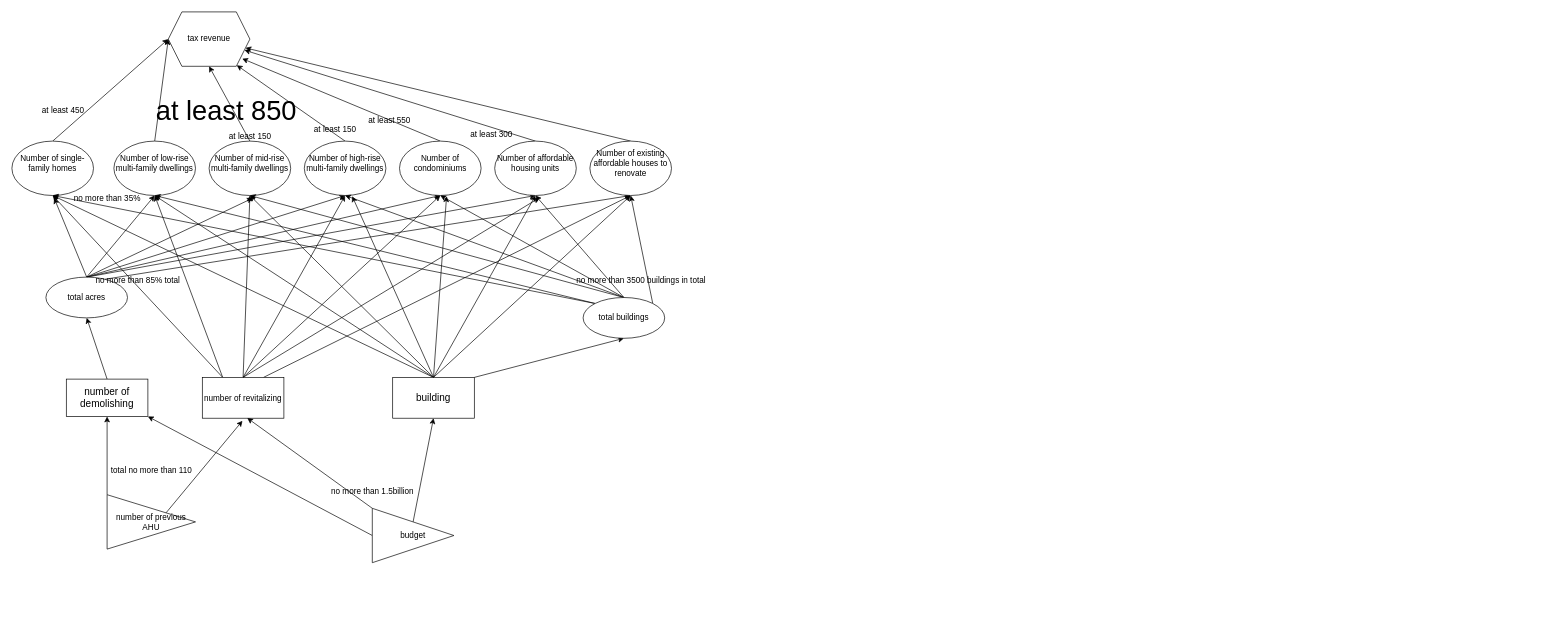
This is influence chart.drawio from CaptainCCCP/Draw-io-cloud, a draw.io file, before an edit. Source tidied: cells renumbered, new cells numbered last; positions are measured from the earlier drawing's top-left corner, leaving out a move shared by most shapes. Both pictures are drawn from the tidied source at 68%, with x=0, y=0 at pixel (12, 12).
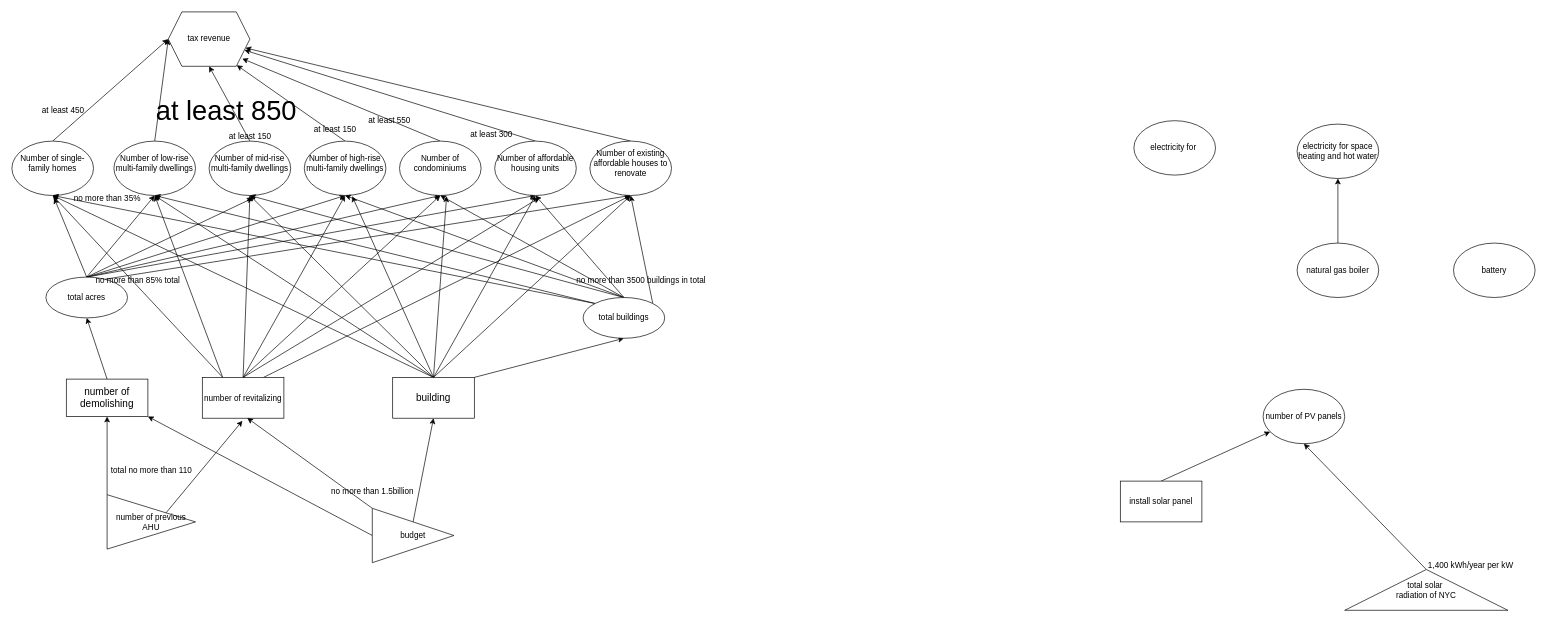
After the change.

What changed in the source:
```diff
@@
+    <mxCell id="70" value="number of PV panels" style="ellipse;whiteSpace=wrap;html=1;" parent="1" vertex="1">
+      <mxGeometry x="1840" y="555" width="120" height="80" as="geometry" />
+    </mxCell>
+    <mxCell id="71" value="electricity for&amp;nbsp;" style="ellipse;whiteSpace=wrap;html=1;" parent="1" vertex="1">
+      <mxGeometry x="1650" y="160" width="120" height="80" as="geometry" />
+    </mxCell>
+    <mxCell id="72" style="edgeStyle=orthogonalEdgeStyle;rounded=0;jettySize=auto;html=1;exitX=0.5;exitY=0;exitDx=0;exitDy=0;entryX=0.5;entryY=1;entryDx=0;entryDy=0;" parent="1" edge="1" source="73" target="75">
+      <mxGeometry relative="1" as="geometry" />
+    </mxCell>
+    <mxCell id="73" value="natural gas boiler" style="ellipse;whiteSpace=wrap;html=1;" parent="1" vertex="1">
+      <mxGeometry x="1890" y="340" width="120" height="80" as="geometry" />
+    </mxCell>
+    <mxCell id="74" value="battery" style="ellipse;whiteSpace=wrap;html=1;" parent="1" vertex="1">
+      <mxGeometry x="2120" y="340" width="120" height="80" as="geometry" />
+    </mxCell>
+    <mxCell id="75" value="electricity for&amp;nbsp;space heating and hot water" style="ellipse;whiteSpace=wrap;html=1;" parent="1" vertex="1">
+      <mxGeometry x="1890" y="165" width="120" height="80" as="geometry" />
+    </mxCell>
+    <mxCell id="76" style="rounded=0;jettySize=auto;html=1;exitX=1;exitY=0.5;exitDx=0;exitDy=0;entryX=0.5;entryY=1;entryDx=0;entryDy=0;" parent="1" edge="1" source="77" target="70">
+      <mxGeometry relative="1" as="geometry" />
+    </mxCell>
+    <mxCell id="77" value="total solar&amp;nbsp;&lt;br&gt;radiation of NYC" style="triangle;whiteSpace=wrap;html=1;direction=north;" parent="1" vertex="1">
+      <mxGeometry x="1960" y="820" width="240" height="60" as="geometry" />
+    </mxCell>
+    <mxCell id="78" value="1,400 kWh/year per kW" style="text;html=1;align=center;verticalAlign=middle;strokeColor=none;fillColor=none;" parent="1" vertex="1">
+      <mxGeometry x="2070" y="800" width="150" height="30" as="geometry" />
+    </mxCell>
+    <mxCell id="79" style="rounded=0;jettySize=auto;html=1;exitX=0.5;exitY=0;exitDx=0;exitDy=0;" parent="1" edge="1" source="80" target="70">
+      <mxGeometry relative="1" as="geometry" />
+    </mxCell>
+    <mxCell id="80" value="install solar panel" style="rounded=0;whiteSpace=wrap;html=1;" parent="1" vertex="1">
+      <mxGeometry x="1630" y="690" width="120" height="60" as="geometry" />
+    </mxCell>
```
